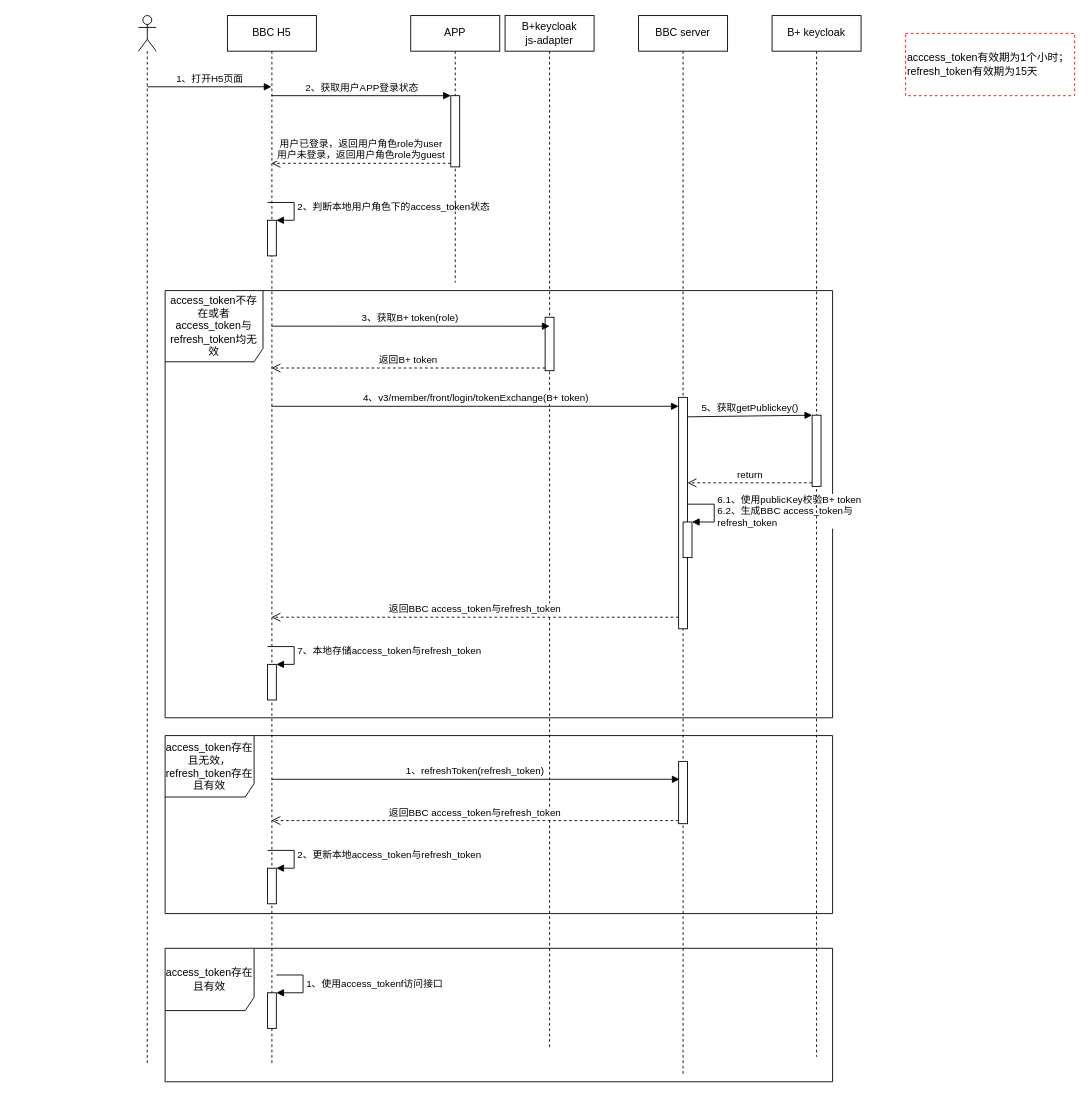
Earlier version of the draw.io diagram page "BBC授权流程" (3 of 7) of B+流程图.drawio (huturenji/drawio). Source tidied: cells renumbered, new cells numbered last; positions are measured from the earlier drawing's top-left corner, leaving out a move shared by most shapes. Both pictures are drawn from the tidied source at 89%, with x=0, y=0 at pixel (138, 15).
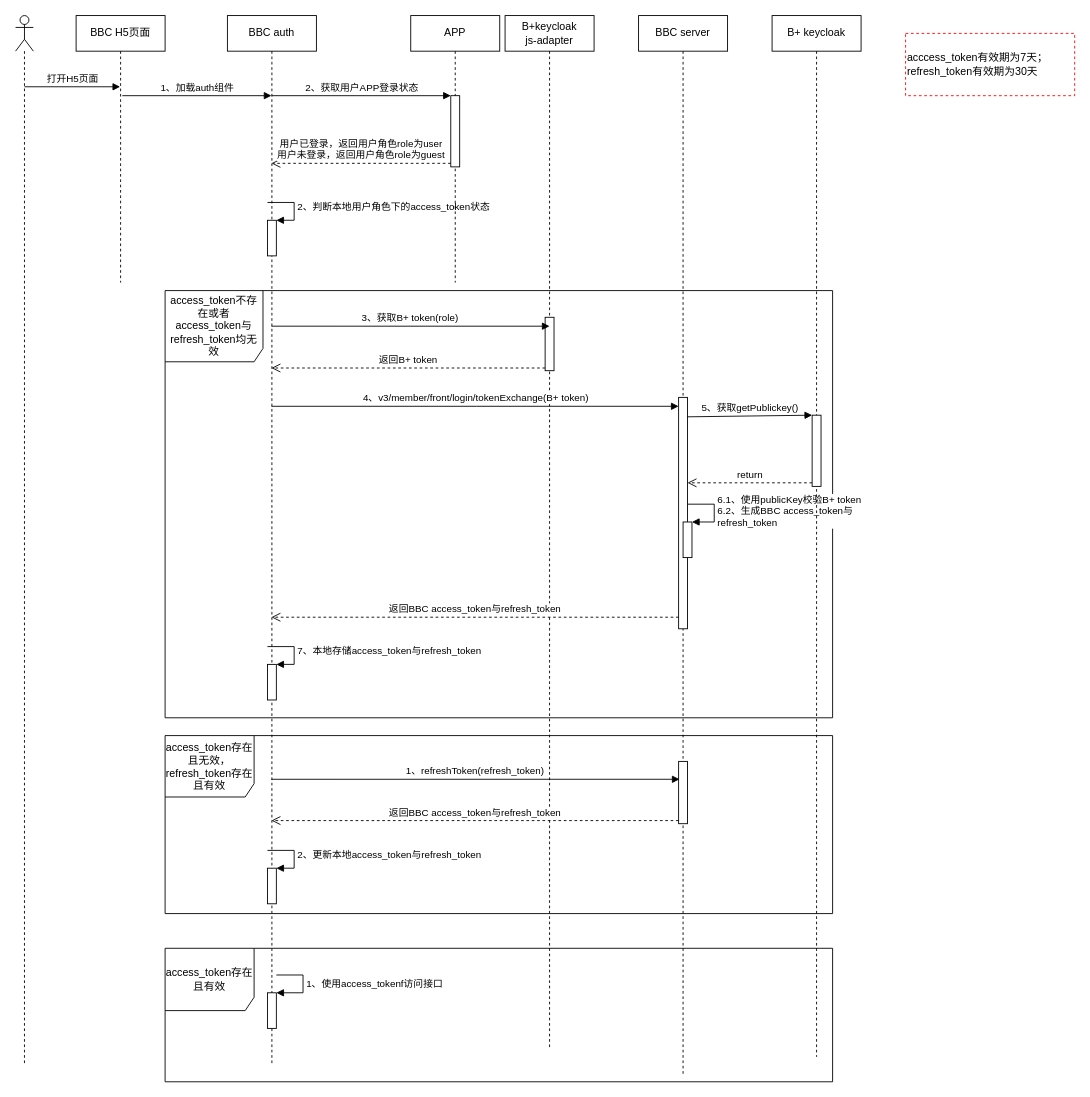
The same diagram, later.

What changed in the source:
```diff
@@
-    <mxCell id="4" value="BBC H5" style="shape=umlLifeline;perimeter=lifelinePerimeter;whiteSpace=wrap;html=1;outlineConnect=0;" parent="1" vertex="1">
+    <mxCell id="4" value="BBC auth" style="shape=umlLifeline;perimeter=lifelinePerimeter;whiteSpace=wrap;html=1;outlineConnect=0;" parent="1" vertex="1">
       <mxGeometry x="100" width="100" height="1180" as="geometry" />
     </mxCell>
@@
     <mxCell id="16" style="shape=umlLifeline;participant=umlActor;perimeter=lifelinePerimeter;whiteSpace=wrap;html=1;verticalAlign=top;spacingTop=36;" parent="1" vertex="1">
-      <mxGeometry width="20" height="1180" as="geometry" />
+      <mxGeometry x="-138" width="20" height="1180" as="geometry" />
     </mxCell>
-    <mxCell id="17" value="1、打开H5页面" style="html=1;verticalAlign=bottom;endArrow=block;rounded=0;" parent="16" edge="1" target="4">
+    <mxCell id="17" value="打开H5页面" style="html=1;verticalAlign=bottom;endArrow=block;rounded=0;" parent="16" edge="1" target="38">
       <mxGeometry relative="1" as="geometry">
         <mxPoint x="10" y="80" as="sourcePoint" />
       </mxGeometry>
     </mxCell>
@@
-    <mxCell id="33" value="acccess_token有效期为1个小时；refresh_token有效期为15天" style="rounded=0;whiteSpace=wrap;html=1;align=left;labelBackgroundColor=none;labelBorderColor=none;dashed=1;strokeColor=#FF0000;" parent="1" vertex="1">
+    <mxCell id="33" value="acccess_token有效期为7天；refresh_token有效期为30天" style="rounded=0;whiteSpace=wrap;html=1;align=left;labelBackgroundColor=none;labelBorderColor=none;dashed=1;strokeColor=#FF0000;" parent="1" vertex="1">
       <mxGeometry x="862" y="20" width="190" height="70" as="geometry" />
     </mxCell>
@@
+    <mxCell id="38" value="BBC H5页面" style="shape=umlLifeline;perimeter=lifelinePerimeter;whiteSpace=wrap;html=1;outlineConnect=0;" parent="1" vertex="1">
+      <mxGeometry x="-70" width="100" height="300" as="geometry" />
+    </mxCell>
+    <mxCell id="39" value="1、加载auth组件" style="html=1;verticalAlign=bottom;endArrow=block;rounded=0;labelBackgroundColor=#FFFFFF;" parent="38" edge="1" target="4">
+      <mxGeometry relative="1" as="geometry">
+        <mxPoint x="52" y="90" as="sourcePoint" />
+      </mxGeometry>
+    </mxCell>
```
